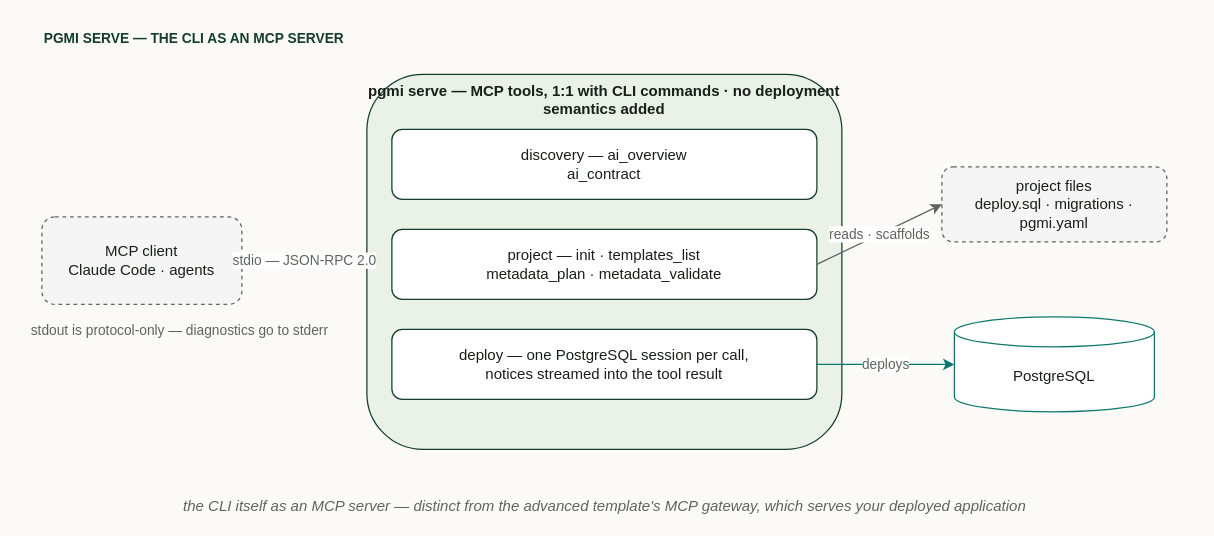
Above: docs/diagrams/d09-mcp-serve.drawio in vvka-141/pgmi (draw.io), before the change. Source tidied: cells renumbered, new cells numbered last; positions are measured from the earlier drawing's top-left corner, leaving out a move shared by most shapes. Both pictures are drawn from the tidied source at 125%, with x=0, y=0 at pixel (41, 21).
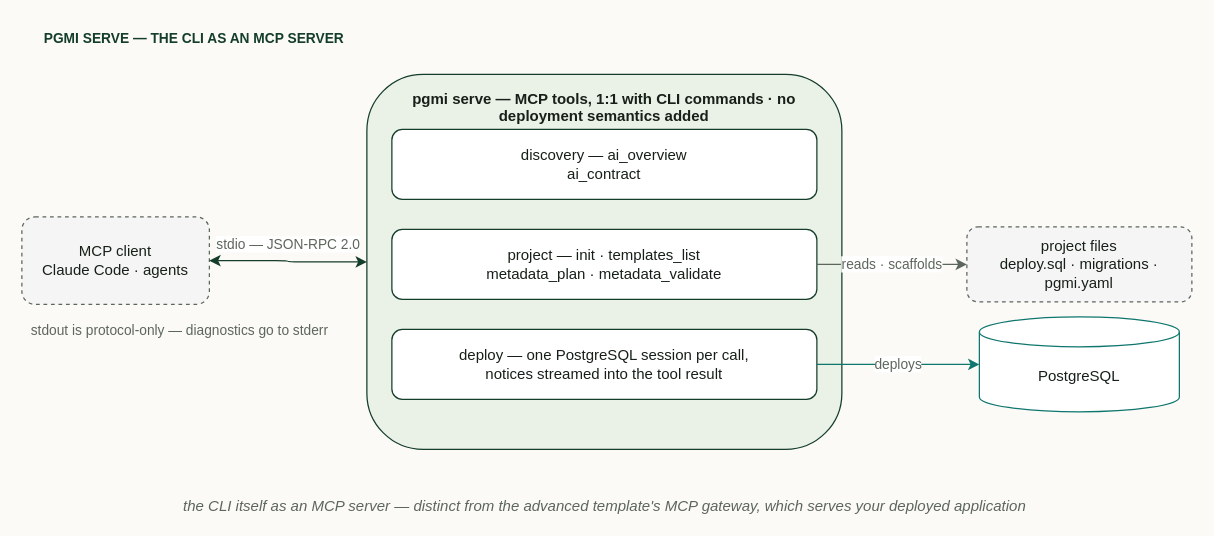
The same diagram, later.

Change to the diagram source:
```diff
@@
 <mxGraphModel background="#fbfaf7">
   <root>
     <mxCell id="0" />
     <mxCell id="1" parent="0" />
     <mxCell id="2" value="PGMI SERVE — THE CLI AS AN MCP SERVER" style="text;html=1;align=left;fontStyle=1;fontSize=11;fontColor=#143d2b;" parent="1" vertex="1">
       <mxGeometry width="360" height="20" as="geometry" />
     </mxCell>
     <mxCell id="3" value="MCP client&#10;Claude Code · agents" style="rounded=1;whiteSpace=wrap;html=1;fillColor=#f5f5f5;strokeColor=#5d665d;dashed=1;fontColor=#172018;fontSize=12;" parent="1" vertex="1">
-      <mxGeometry y="156" width="160" height="70" as="geometry" />
+      <mxGeometry x="-16" y="156" width="150" height="70" as="geometry" />
     </mxCell>
-    <mxCell id="4" value="pgmi serve — MCP tools, 1:1 with CLI commands · no deployment semantics added" style="rounded=1;whiteSpace=wrap;html=1;verticalAlign=top;fillColor=#eaf1e7;strokeColor=#143d2b;fontColor=#172018;fontStyle=1;fontSize=12;" parent="1" vertex="1">
+    <mxCell id="4" value="pgmi serve — MCP tools, 1:1 with CLI commands · no deployment semantics added" style="rounded=1;whiteSpace=wrap;html=1;verticalAlign=top;fillColor=#eaf1e7;strokeColor=#143d2b;fontColor=#172018;fontStyle=1;fontSize=12;spacingLeft=16;spacingRight=16;spacingTop=6;" parent="1" vertex="1">
       <mxGeometry x="260" y="42" width="380" height="300" as="geometry" />
     </mxCell>
     <mxCell id="5" value="discovery — ai_overview&#10;ai_contract" style="rounded=1;whiteSpace=wrap;html=1;fillColor=#ffffff;strokeColor=#143d2b;fontColor=#172018;fontSize=12;" parent="1" vertex="1">
       <mxGeometry x="280" y="86" width="340" height="56" as="geometry" />
     </mxCell>
     <mxCell id="6" value="project — init · templates_list&#10;metadata_plan · metadata_validate" style="rounded=1;whiteSpace=wrap;html=1;fillColor=#ffffff;strokeColor=#143d2b;fontColor=#172018;fontSize=12;" parent="1" vertex="1">
       <mxGeometry x="280" y="166" width="340" height="56" as="geometry" />
     </mxCell>
     <mxCell id="7" value="deploy — one PostgreSQL session per call,&#10;notices streamed into the tool result" style="rounded=1;whiteSpace=wrap;html=1;fillColor=#ffffff;strokeColor=#143d2b;fontColor=#172018;fontSize=12;" parent="1" vertex="1">
       <mxGeometry x="280" y="246" width="340" height="56" as="geometry" />
     </mxCell>
     <mxCell id="8" value="project files&#10;deploy.sql · migrations · pgmi.yaml" style="rounded=1;whiteSpace=wrap;html=1;fillColor=#f5f5f5;strokeColor=#5d665d;dashed=1;fontColor=#172018;fontSize=12;" parent="1" vertex="1">
-      <mxGeometry x="720" y="116" width="180" height="60" as="geometry" />
+      <mxGeometry x="740" y="164" width="180" height="60" as="geometry" />
     </mxCell>
     <mxCell id="9" value="PostgreSQL" style="shape=cylinder3;whiteSpace=wrap;html=1;boundedLbl=1;backgroundOutline=1;size=12;fillColor=#ffffff;strokeColor=#0f766e;fontColor=#172018;fontSize=12;" parent="1" vertex="1">
-      <mxGeometry x="730" y="236" width="160" height="76" as="geometry" />
+      <mxGeometry x="750" y="236" width="160" height="76" as="geometry" />
     </mxCell>
-    <mxCell id="10" value="stdio — JSON-RPC 2.0" style="html=1;endArrow=classic;startArrow=classic;strokeColor=#143d2b;fontColor=#5d665d;fontSize=11;exitX=1;exitY=0.5;entryX=0;entryY=0.5;" parent="1" edge="1" source="3" target="4">
-      <mxGeometry relative="1" as="geometry" />
+    <mxCell id="10" value="stdio — JSON-RPC 2.0" style="edgeStyle=orthogonalEdgeStyle;rounded=1;html=1;endArrow=classic;startArrow=classic;strokeColor=#143d2b;fontColor=#5d665d;fontSize=11;exitX=1;exitY=0.5;entryX=0;entryY=0.5;" parent="1" edge="1" source="3" target="4">
+      <mxGeometry relative="1" as="geometry">
+        <mxPoint y="-14" as="offset" />
+      </mxGeometry>
     </mxCell>
-    <mxCell id="11" value="reads · scaffolds" style="html=1;endArrow=classic;strokeColor=#5d665d;fontColor=#5d665d;fontSize=11;exitX=1;exitY=0.5;entryX=0;entryY=0.5;" parent="1" edge="1" source="6" target="8">
+    <mxCell id="11" value="reads · scaffolds" style="edgeStyle=orthogonalEdgeStyle;rounded=1;html=1;endArrow=classic;strokeColor=#5d665d;fontColor=#5d665d;fontSize=11;exitX=1;exitY=0.5;entryX=0;entryY=0.5;" parent="1" edge="1" source="6" target="8">
       <mxGeometry relative="1" as="geometry" />
     </mxCell>
-    <mxCell id="12" value="deploys" style="html=1;endArrow=classic;strokeColor=#0f766e;fontColor=#5d665d;fontSize=11;exitX=1;exitY=0.5;entryX=0;entryY=0.5;" parent="1" edge="1" source="7" target="9">
+    <mxCell id="12" value="deploys" style="edgeStyle=orthogonalEdgeStyle;rounded=1;html=1;endArrow=classic;strokeColor=#0f766e;fontColor=#5d665d;fontSize=11;exitX=1;exitY=0.5;entryX=0;entryY=0.5;" parent="1" edge="1" source="7" target="9">
       <mxGeometry relative="1" as="geometry" />
     </mxCell>
     <mxCell id="13" value="stdout is protocol-only — diagnostics go to stderr" style="text;html=1;align=center;fontSize=11;fontColor=#5d665d;" parent="1" vertex="1">
       <mxGeometry y="234" width="220" height="20" as="geometry" />
     </mxCell>
     <mxCell id="14" value="the CLI itself as an MCP server — distinct from the advanced template's MCP gateway, which serves your deployed application" style="text;html=1;align=center;fontStyle=2;fontSize=12;fontColor=#5d665d;" parent="1" vertex="1">
       <mxGeometry x="50" y="374" width="800" height="20" as="geometry" />
     </mxCell>
   </root>
 </mxGraphModel>
```
